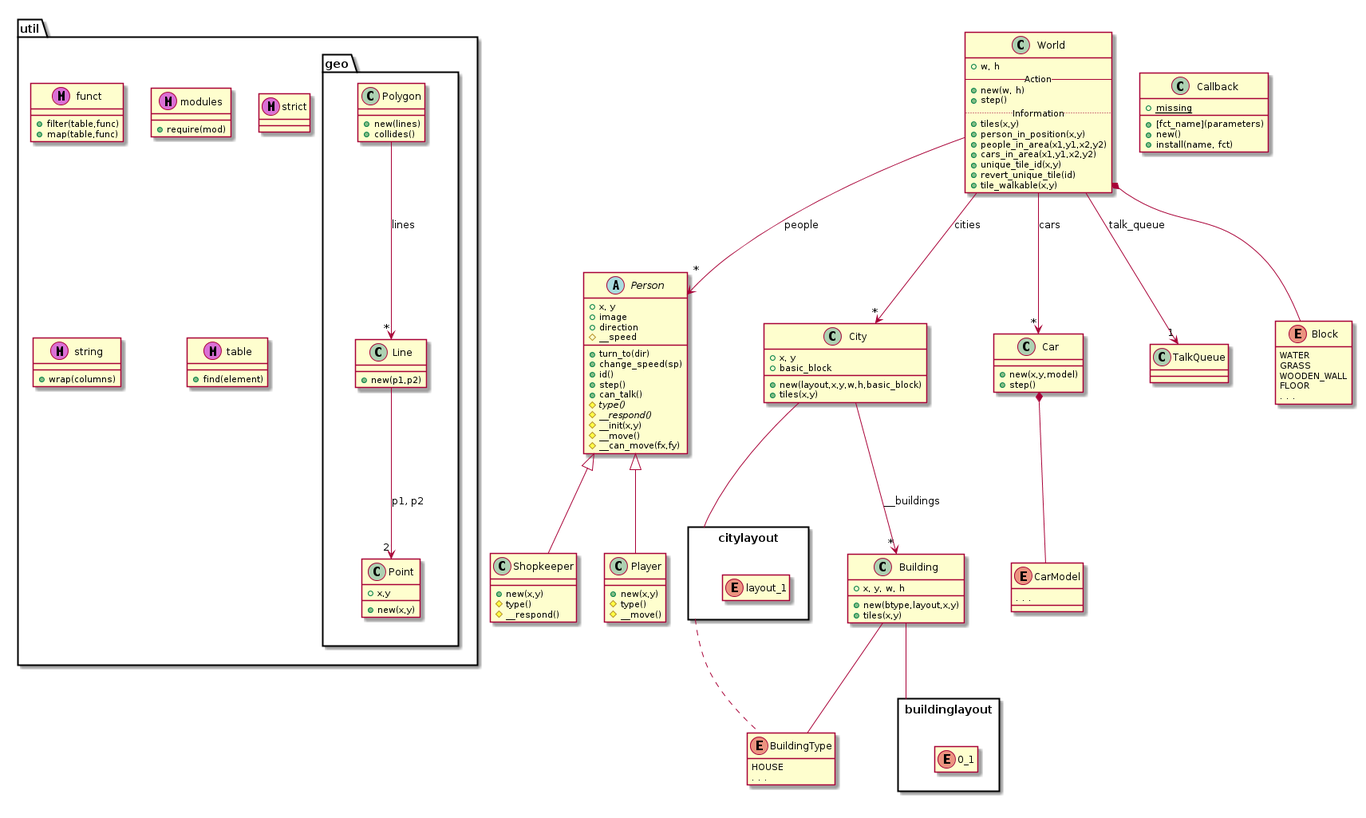
The PlantUML diagram doc/engine.png in andrenho/newhope, before a commit.
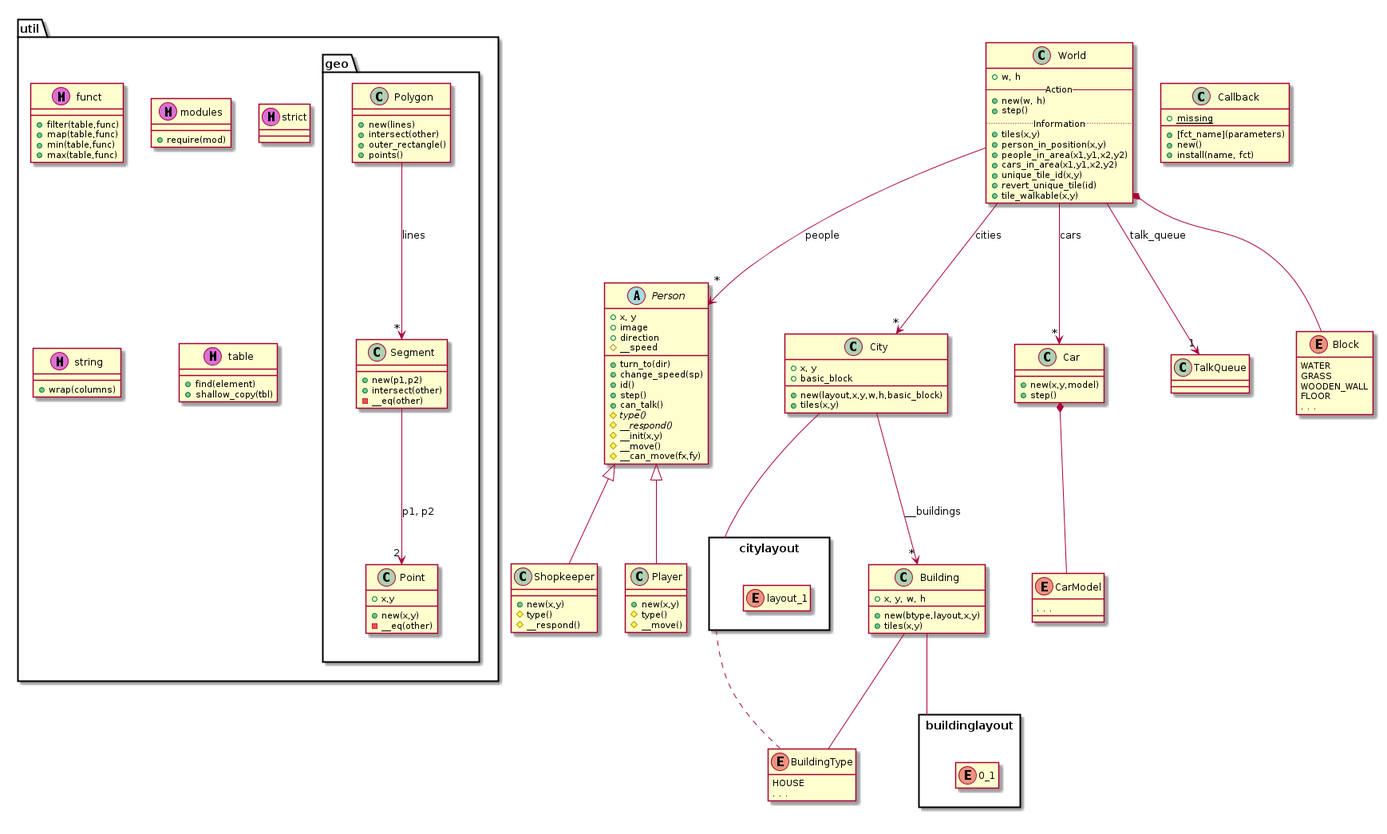
Later version of the same file.

What changed in the source:
```diff
@@ -32,10 +32,10 @@
   class table << (M,orchid) >>
   package geo {
     class Point
-    class Line
+    class Segment
     class Polygon
-    Line --> "2" Point: p1, p2
-    Polygon --> "*" Line: lines
+    Segment --> "2" Point: p1, p2
+    Polygon --> "*" Segment: lines
   }
 }
 
@@ -135,6 +135,8 @@
 class funct {
   +filter(table,func)
   +map(table,func)
+  +min(table,func)
+  +max(table,func)
 }
 
 class modules {
@@ -147,20 +149,26 @@
 
 class table {
   +find(element)
+  +shallow_copy(tbl)
 }
 
 class Point {
   +x,y
   +new(x,y)
+  -__eq(other)
 }
 
-class Line {
+class Segment {
   +new(p1,p2)
+  +intersect(other)
+  -__eq(other)
 }
 
 class Polygon {
   +new(lines)
-  +collides()
+  +intersect(other)
+  +outer_rectangle()
+  +points()
 }
 
 @enduml
```
